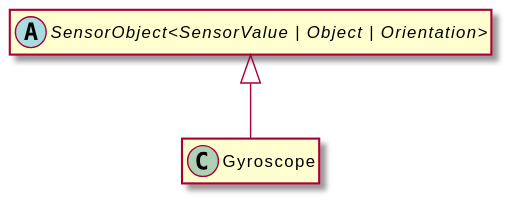
Earlier version of the PlantUML export assets/Gyroscope-umlClassDiagram-3654.svg (OpenHPS/openhps-core).
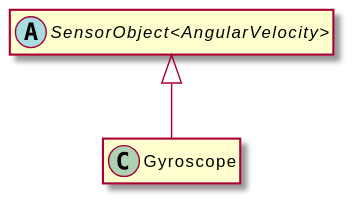
After the change.

Change to the diagram source:
```diff
@@ -4,7 +4,7 @@
 hide empty fields
 class "Gyroscope" {
 }
-abstract class "SensorObject<SensorValue | Object | Orientation>" {
+abstract class "SensorObject<AngularVelocity>" {
 }
-"SensorObject<SensorValue | Object | Orientation>" <|-- "Gyroscope"
+"SensorObject<AngularVelocity>" <|-- "Gyroscope"
 @enduml
```
